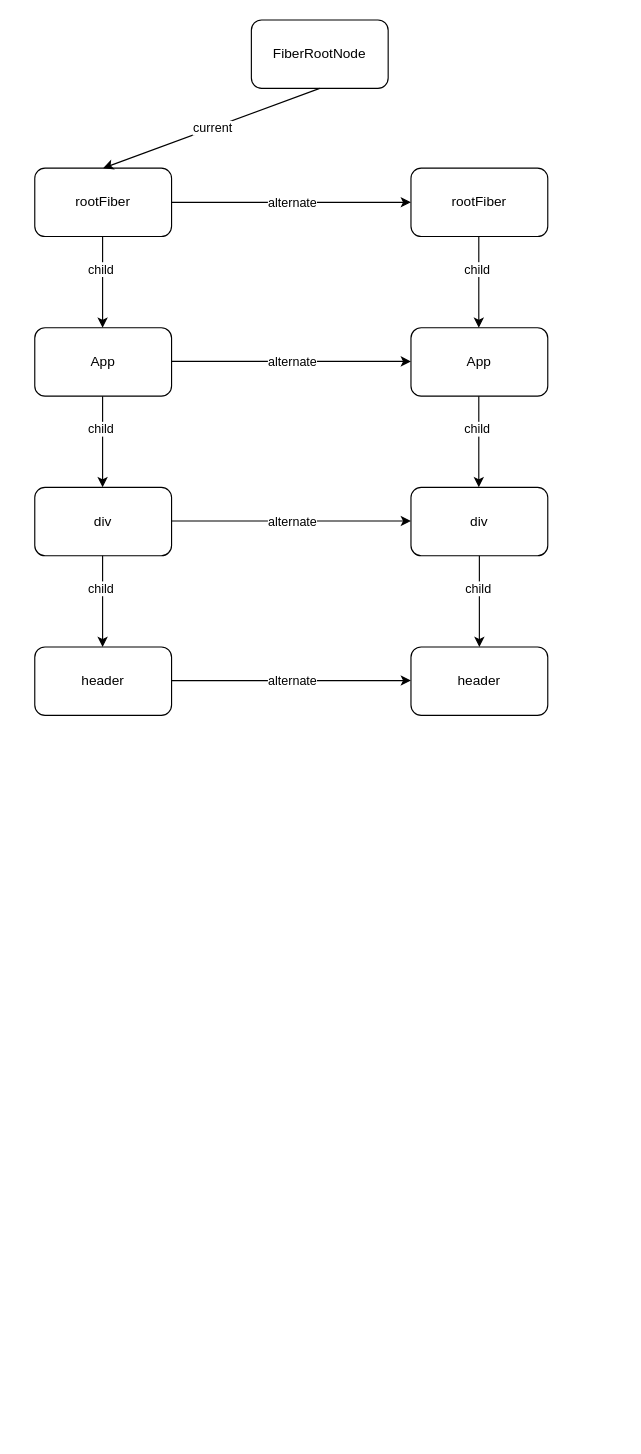
Above: Untitled Diagram.drawio in zzzzed/learn-React (draw.io), before the change. Source tidied: cells renumbered, new cells numbered last; positions are measured from the earlier drawing's top-left corner, leaving out a move shared by most shapes. Both pictures are drawn from the tidied source at 114%, with x=0, y=0 at pixel (34, 19).
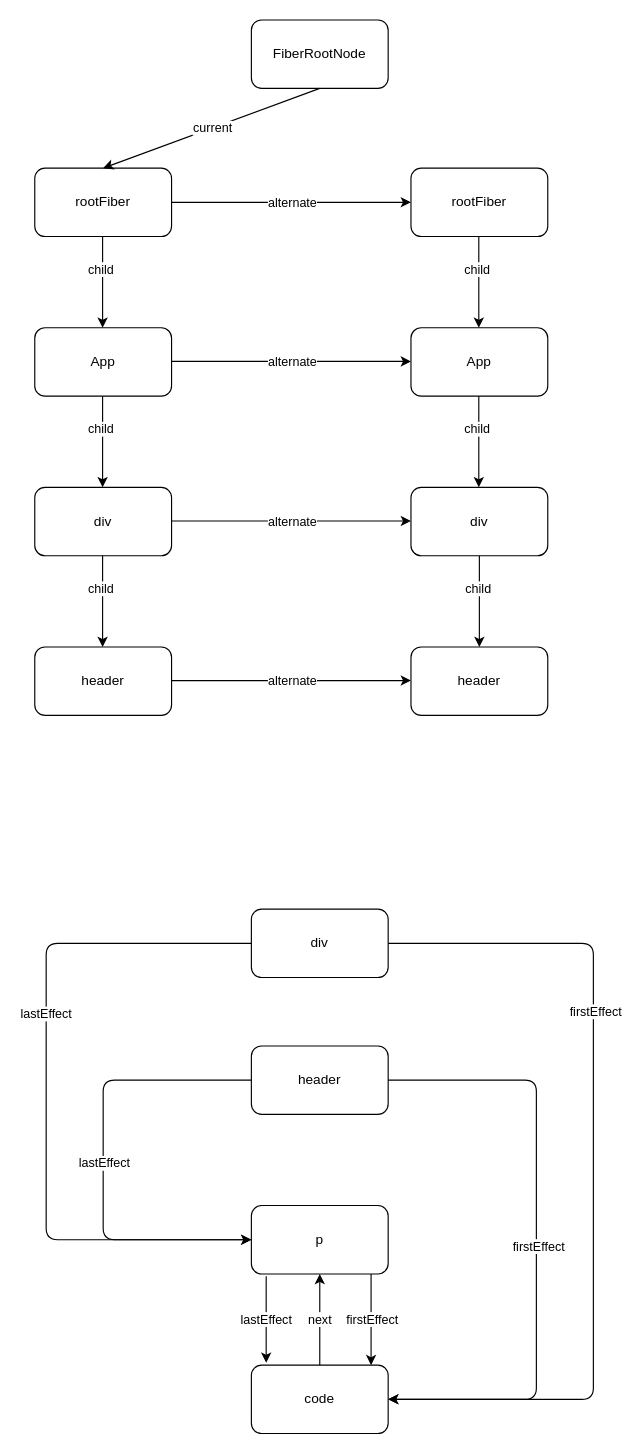
Above is the later version.

Commit message:
effectTag 单向链表

Change to the diagram source:
```diff
@@
+    <mxCell id="33" style="edgeStyle=orthogonalEdgeStyle;rounded=0;orthogonalLoop=1;jettySize=auto;html=1;" parent="1" edge="1">
+      <mxGeometry relative="1" as="geometry">
+        <mxPoint x="295" y="1100" as="sourcePoint" />
+        <mxPoint x="295" y="1180" as="targetPoint" />
+        <Array as="points">
+          <mxPoint x="295" y="1110" />
+          <mxPoint x="295" y="1110" />
+        </Array>
+      </mxGeometry>
+    </mxCell>
+    <mxCell id="34" value="firstEffect" style="edgeLabel;html=1;align=center;verticalAlign=middle;" parent="33" vertex="1">
+      <mxGeometry x="-0.25" relative="1" as="geometry">
+        <mxPoint y="9" as="offset" />
+      </mxGeometry>
+    </mxCell>
+    <mxCell id="35" value="lastEffect" style="edgeStyle=orthogonalEdgeStyle;rounded=0;orthogonalLoop=1;jettySize=auto;html=1;" parent="1" edge="1">
+      <mxGeometry relative="1" as="geometry">
+        <mxPoint x="203" y="1102" as="sourcePoint" />
+        <mxPoint x="203" y="1178" as="targetPoint" />
+      </mxGeometry>
+    </mxCell>
+    <mxCell id="36" value="p" style="rounded=1;whiteSpace=wrap;html=1;" parent="1" vertex="1">
+      <mxGeometry x="190" y="1040" width="120" height="60" as="geometry" />
+    </mxCell>
+    <mxCell id="37" value="next" style="edgeStyle=orthogonalEdgeStyle;rounded=0;jettySize=auto;html=1;entryX=0.5;entryY=1;entryDx=0;entryDy=0;" parent="1" edge="1" source="38" target="36">
+      <mxGeometry relative="1" as="geometry" />
+    </mxCell>
+    <mxCell id="38" value="code" style="whiteSpace=wrap;html=1;rounded=1;" parent="1" vertex="1">
+      <mxGeometry x="190" y="1180" width="120" height="60" as="geometry" />
+    </mxCell>
+    <mxCell id="39" value="header" style="rounded=1;whiteSpace=wrap;html=1;" parent="1" vertex="1">
+      <mxGeometry x="190" y="900" width="120" height="60" as="geometry" />
+    </mxCell>
+    <mxCell id="40" style="endArrow=classic;html=1;exitX=1;exitY=0.5;exitDx=0;exitDy=0;entryX=1;entryY=0.5;entryDx=0;entryDy=0;" parent="1" edge="1" source="39" target="38">
+      <mxGeometry relative="1" as="geometry">
+        <Array as="points">
+          <mxPoint x="440" y="930" />
+          <mxPoint x="440" y="1210" />
+        </Array>
+      </mxGeometry>
+    </mxCell>
+    <mxCell id="41" value="firstEffect" style="edgeLabel;html=1;align=center;verticalAlign=middle;" parent="40" vertex="1">
+      <mxGeometry x="0.02" y="1" relative="1" as="geometry" />
+    </mxCell>
+    <mxCell id="42" style="endArrow=classic;html=1;exitX=0;exitY=0.5;exitDx=0;exitDy=0;entryX=0;entryY=0.5;entryDx=0;entryDy=0;" parent="1" edge="1" source="39" target="36">
+      <mxGeometry relative="1" as="geometry">
+        <Array as="points">
+          <mxPoint x="60" y="930" />
+          <mxPoint x="60" y="1070" />
+        </Array>
+      </mxGeometry>
+    </mxCell>
+    <mxCell id="43" value="lastEffect" style="edgeLabel;html=1;align=center;verticalAlign=middle;" parent="42" vertex="1">
+      <mxGeometry x="0.05" y="1" relative="1" as="geometry">
+        <mxPoint x="-1" y="-8" as="offset" />
+      </mxGeometry>
+    </mxCell>
+    <mxCell id="44" style="edgeStyle=orthogonalEdgeStyle;rounded=0;jettySize=auto;html=1;exitX=0;exitY=0.5;exitDx=0;exitDy=0;" parent="1" edge="1" source="45">
+      <mxGeometry relative="1" as="geometry">
+        <mxPoint x="190" y="810" as="targetPoint" />
+      </mxGeometry>
+    </mxCell>
+    <mxCell id="45" value="div" style="rounded=1;whiteSpace=wrap;html=1;" parent="1" vertex="1">
+      <mxGeometry x="190" y="780" width="120" height="60" as="geometry" />
+    </mxCell>
+    <mxCell id="46" style="endArrow=classic;html=1;" parent="1" edge="1" target="38">
+      <mxGeometry relative="1" as="geometry">
+        <mxPoint x="310" y="810" as="sourcePoint" />
+        <Array as="points">
+          <mxPoint x="490" y="810" />
+          <mxPoint x="490" y="1210" />
+        </Array>
+      </mxGeometry>
+    </mxCell>
+    <mxCell id="47" value="firstEffect" style="edgeLabel;html=1;align=center;verticalAlign=middle;" parent="46" vertex="1">
+      <mxGeometry x="-0.37" y="1" relative="1" as="geometry" />
+    </mxCell>
+    <mxCell id="48" style="endArrow=classic;html=1;exitX=0;exitY=0.5;exitDx=0;exitDy=0;entryX=0;entryY=0.5;entryDx=0;entryDy=0;" parent="1" edge="1" source="45" target="36">
+      <mxGeometry relative="1" as="geometry">
+        <Array as="points">
+          <mxPoint x="10" y="810" />
+          <mxPoint x="10" y="1070" />
+        </Array>
+      </mxGeometry>
+    </mxCell>
+    <mxCell id="49" value="lastEffect" style="edgeLabel;html=1;align=center;verticalAlign=middle;" parent="48" vertex="1">
+      <mxGeometry x="-0.27" y="-1" relative="1" as="geometry">
+        <mxPoint y="15" as="offset" />
+      </mxGeometry>
+    </mxCell>
```
